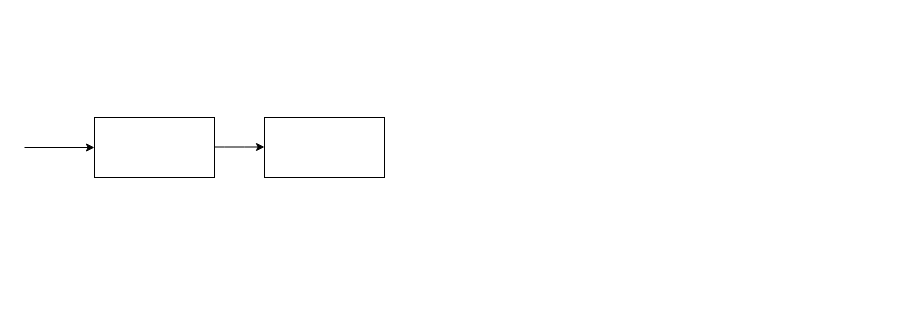
The draw.io diagram Untitled Diagram.drawio in l6029901/htmlcss, before the edit. Source tidied: cells renumbered, new cells numbered last; positions are measured from the earlier drawing's top-left corner, leaving out a move shared by most shapes. Both pictures are drawn from the tidied source at 100%, with x=0, y=0 at pixel (24, 117).
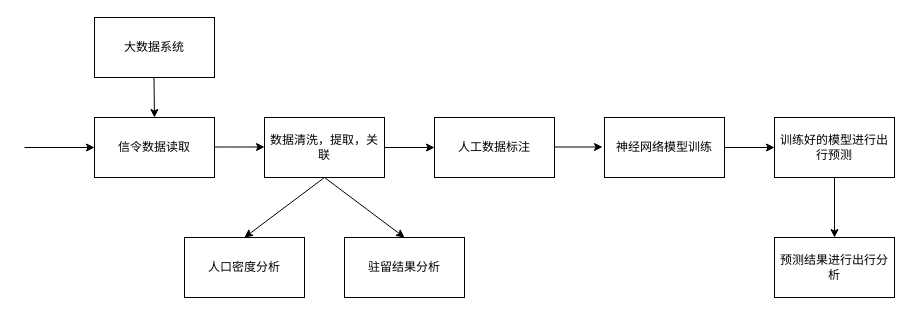
Above is the later version.

The edit, as a diff of the source:
```diff
@@
-    <mxCell id="3" style="rounded=0;whiteSpace=wrap;html=1;" parent="1" vertex="1">
+    <mxCell id="3" value="信令数据读取" style="rounded=0;whiteSpace=wrap;html=1;" parent="1" vertex="1">
       <mxGeometry x="70" width="120" height="60" as="geometry" />
     </mxCell>
-    <mxCell id="4" style="rounded=0;whiteSpace=wrap;html=1;" parent="1" vertex="1">
+    <mxCell id="4" value="数据清洗，提取，关联" style="rounded=0;whiteSpace=wrap;html=1;" parent="1" vertex="1">
       <mxGeometry x="240" width="120" height="60" as="geometry" />
     </mxCell>
@@
+    <mxCell id="6" value="大数据系统" style="rounded=0;whiteSpace=wrap;html=1;" parent="1" vertex="1">
+      <mxGeometry x="70" y="-100" width="120" height="60" as="geometry" />
+    </mxCell>
+    <mxCell id="7" style="endArrow=classic;html=1;" parent="1" edge="1">
+      <mxGeometry relative="1" as="geometry">
+        <mxPoint x="129.5" y="-40" as="sourcePoint" />
+        <mxPoint x="130" as="targetPoint" />
+      </mxGeometry>
+    </mxCell>
+    <mxCell id="8" style="endArrow=classic;html=1;exitX=1;exitY=0.5;exitDx=0;exitDy=0;" parent="1" edge="1" source="4">
+      <mxGeometry relative="1" as="geometry">
+        <mxPoint x="410" y="30" as="targetPoint" />
+      </mxGeometry>
+    </mxCell>
+    <mxCell id="9" value="人工数据标注" style="rounded=0;whiteSpace=wrap;html=1;" parent="1" vertex="1">
+      <mxGeometry x="410" width="120" height="60" as="geometry" />
+    </mxCell>
+    <mxCell id="10" style="endArrow=classic;html=1;" parent="1" edge="1">
+      <mxGeometry relative="1" as="geometry">
+        <mxPoint x="530" y="29.5" as="sourcePoint" />
+        <mxPoint x="578" y="29.5" as="targetPoint" />
+      </mxGeometry>
+    </mxCell>
+    <mxCell id="11" value="神经网络模型训练" style="rounded=0;whiteSpace=wrap;html=1;" parent="1" vertex="1">
+      <mxGeometry x="580" width="120" height="60" as="geometry" />
+    </mxCell>
+    <mxCell id="12" value="训练好的模型进行出行预测" style="rounded=0;whiteSpace=wrap;html=1;" parent="1" vertex="1">
+      <mxGeometry x="750" width="120" height="60" as="geometry" />
+    </mxCell>
+    <mxCell id="13" style="endArrow=classic;html=1;exitX=1;exitY=0.5;exitDx=0;exitDy=0;entryX=0;entryY=0.5;entryDx=0;entryDy=0;" parent="1" edge="1" source="11" target="12">
+      <mxGeometry relative="1" as="geometry" />
+    </mxCell>
+    <mxCell id="14" style="endArrow=classic;html=1;exitX=0.5;exitY=1;exitDx=0;exitDy=0;entryX=0.5;entryY=0;entryDx=0;entryDy=0;" parent="1" edge="1" source="4" target="15">
+      <mxGeometry relative="1" as="geometry" />
+    </mxCell>
+    <mxCell id="15" value="人口密度分析" style="rounded=0;whiteSpace=wrap;html=1;" parent="1" vertex="1">
+      <mxGeometry x="160" y="120" width="120" height="60" as="geometry" />
+    </mxCell>
+    <mxCell id="16" style="endArrow=classic;html=1;exitX=0.5;exitY=1;exitDx=0;exitDy=0;" parent="1" edge="1" source="12">
+      <mxGeometry relative="1" as="geometry">
+        <mxPoint x="810" y="120" as="targetPoint" />
+      </mxGeometry>
+    </mxCell>
+    <mxCell id="17" value="预测结果进行出行分析" style="rounded=0;whiteSpace=wrap;html=1;" parent="1" vertex="1">
+      <mxGeometry x="750" y="120" width="120" height="60" as="geometry" />
+    </mxCell>
+    <mxCell id="18" style="endArrow=classic;html=1;entryX=0.5;entryY=0;entryDx=0;entryDy=0;" parent="1" edge="1" target="19">
+      <mxGeometry relative="1" as="geometry">
+        <mxPoint x="300" y="60" as="sourcePoint" />
+      </mxGeometry>
+    </mxCell>
+    <mxCell id="19" value="驻留结果分析" style="rounded=0;whiteSpace=wrap;html=1;" parent="1" vertex="1">
+      <mxGeometry x="320" y="120" width="120" height="60" as="geometry" />
+    </mxCell>
```
